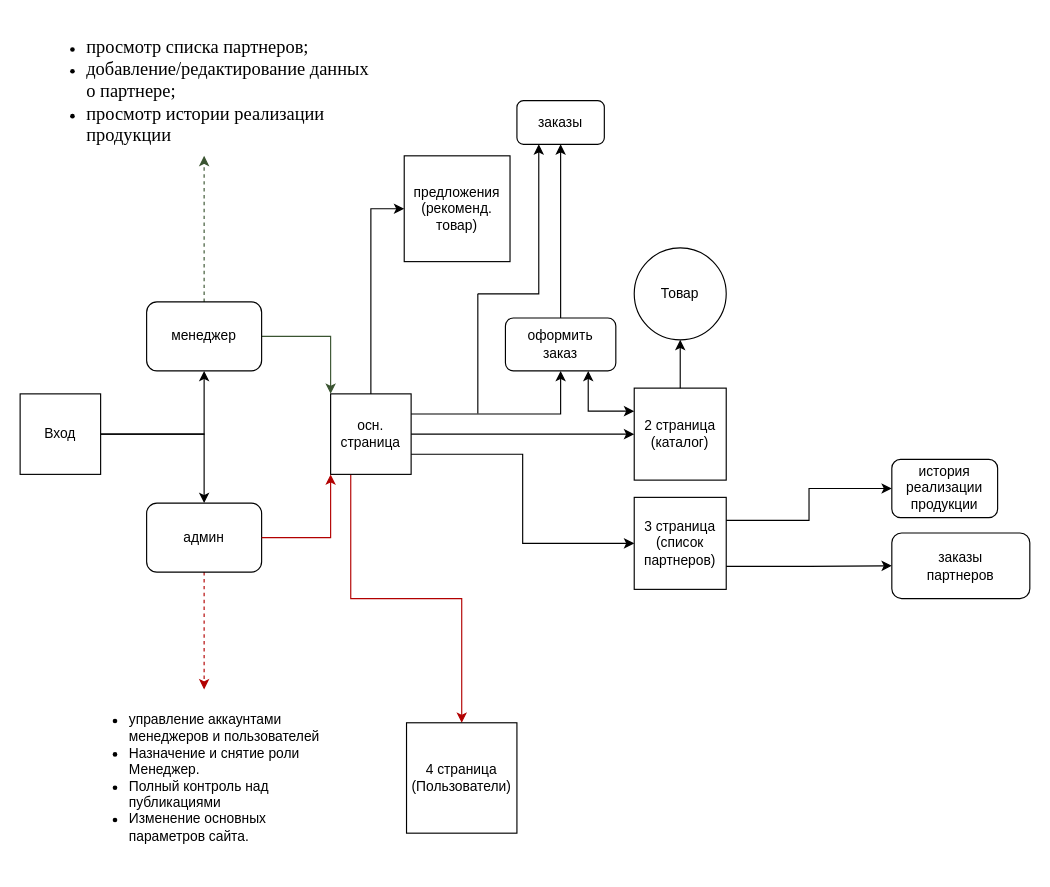
The draw.io diagram diagrams/screen-diagram.drawio in Kuzmin-Aleksey/sharaga, before the edit. Source tidied: cells renumbered, new cells numbered last; positions are measured from the earlier drawing's top-left corner, leaving out a move shared by most shapes. Both pictures are drawn from the tidied source at 115%, with x=0, y=0 at pixel (20, 20).
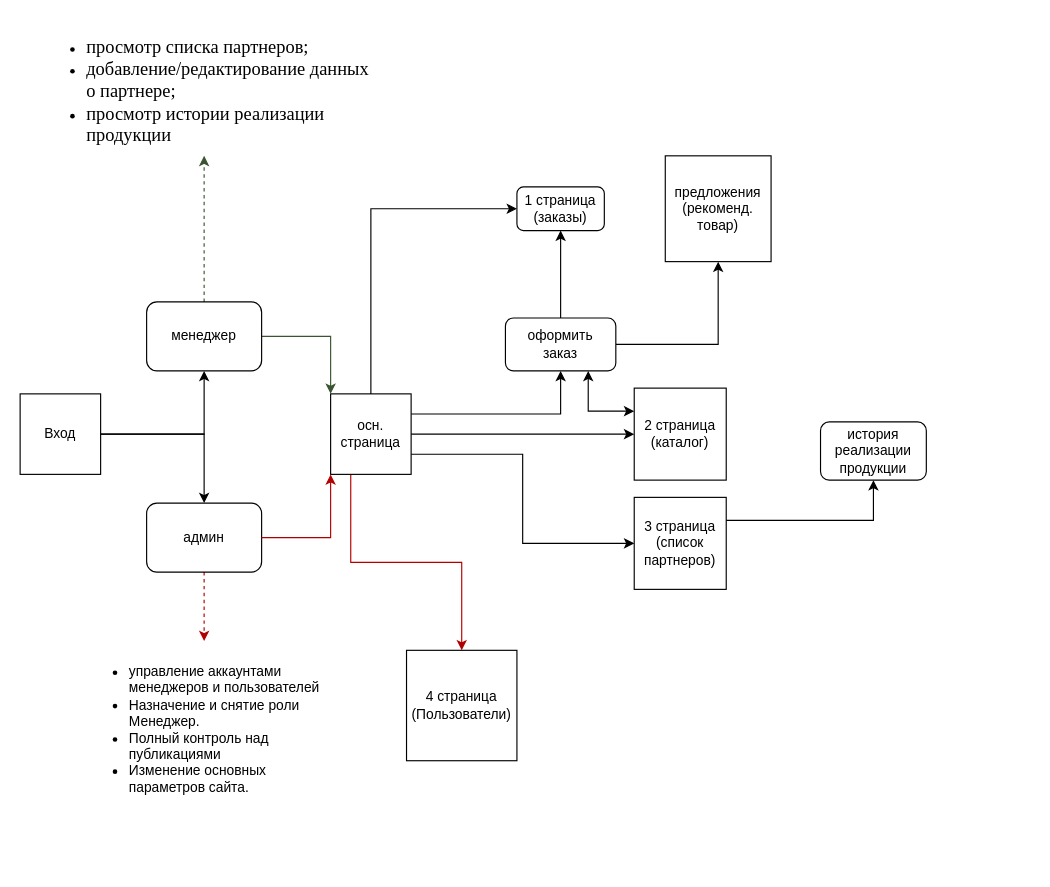
The same diagram, later.

The change refers to these unchanged cells:
```xml
<mxCell id="10" value="осн. страница" style="whiteSpace=wrap;html=1;fillColor=none;" parent="1" vertex="1">
  <mxGeometry x="270" y="325" width="70" height="70" as="geometry" />
</mxCell>
<mxCell id="21" value="2 страница&lt;br&gt;(каталог)" style="whiteSpace=wrap;html=1;fillColor=none;" parent="1" vertex="1">
  <mxGeometry x="534" y="320" width="80" height="80" as="geometry" />
</mxCell>
<mxCell id="24" value="оформить&lt;div&gt;заказ&lt;/div&gt;" style="rounded=1;whiteSpace=wrap;html=1;" parent="1" vertex="1">
  <mxGeometry x="422" y="259" width="96" height="46" as="geometry" />
</mxCell>
<mxCell id="31" value="3 страница&lt;br&gt;(список&lt;div&gt;партнеров)&lt;/div&gt;" style="whiteSpace=wrap;html=1;fillColor=none;" parent="1" vertex="1">
  <mxGeometry x="534" y="415" width="80" height="80" as="geometry" />
</mxCell>
```

Diff of the diagram source:
```diff
@@
-    <mxCell id="6" style="edgeStyle=orthogonalEdgeStyle;rounded=0;jettySize=auto;html=1;exitX=0.5;exitY=0;exitDx=0;exitDy=0;entryX=0;entryY=0.5;entryDx=0;entryDy=0;" parent="1" edge="1" source="10" target="19">
-      <mxGeometry relative="1" as="geometry" />
-    </mxCell>
@@
+    <mxCell id="35" style="edgeStyle=orthogonalEdgeStyle;rounded=0;jettySize=auto;html=1;exitX=1;exitY=0.5;exitDx=0;exitDy=0;" parent="1" edge="1" source="24" target="19">
+      <mxGeometry relative="1" as="geometry" />
+    </mxCell>
+    <mxCell id="36" style="edgeStyle=orthogonalEdgeStyle;rounded=0;jettySize=auto;html=1;exitX=0.5;exitY=0;exitDx=0;exitDy=0;entryX=0;entryY=0.5;entryDx=0;entryDy=0;" parent="1" edge="1" source="10" target="25">
+      <mxGeometry relative="1" as="geometry" />
+    </mxCell>
@@
     <mxCell id="18" value="&lt;ul&gt;&lt;li&gt;управление аккаунтами менеджеров и пользователей&lt;/li&gt;&lt;li&gt;Назначение и снятие роли Менеджер.&lt;/li&gt;&lt;li&gt;Полный контроль над публикациями&lt;/li&gt;&lt;li&gt;Изменение основных параметров сайта.&lt;/li&gt;&lt;/ul&gt;" style="text;strokeColor=none;fillColor=none;html=1;whiteSpace=wrap;verticalAlign=middle;overflow=hidden;" parent="1" vertex="1">
-      <mxGeometry x="53" y="582" width="214" height="154" as="geometry" />
+      <mxGeometry x="53" y="540" width="214" height="154" as="geometry" />
     </mxCell>
     <mxCell id="19" value="предложения&lt;div&gt;(рекоменд. товар)&lt;/div&gt;" style="whiteSpace=wrap;html=1;" parent="1" vertex="1">
-      <mxGeometry x="334" y="118" width="92" height="92" as="geometry" />
+      <mxGeometry x="561" y="118" width="92" height="92" as="geometry" />
     </mxCell>
-    <mxCell id="20" style="edgeStyle=orthogonalEdgeStyle;rounded=0;jettySize=auto;html=1;" parent="1" edge="1" source="21" target="22">
-      <mxGeometry relative="1" as="geometry" />
-    </mxCell>
@@
-    <mxCell id="22" value="Товар" style="ellipse;whiteSpace=wrap;html=1;" parent="1" vertex="1">
-      <mxGeometry x="534" y="198" width="80" height="80" as="geometry" />
-    </mxCell>
@@
-    <mxCell id="25" value="заказы" style="rounded=1;whiteSpace=wrap;html=1;" parent="1" vertex="1">
-      <mxGeometry x="432" y="70" width="76" height="38" as="geometry" />
+    <mxCell id="25" value="&lt;div&gt;1 страница&lt;/div&gt;(заказы)" style="rounded=1;whiteSpace=wrap;html=1;" parent="1" vertex="1">
+      <mxGeometry x="432" y="145" width="76" height="38" as="geometry" />
     </mxCell>
@@
-    <mxCell id="27" style="endArrow=none;html=1;rounded=0;" parent="1" edge="1">
-      <mxGeometry relative="1" as="geometry">
-        <mxPoint x="398" y="238" as="sourcePoint" />
-        <mxPoint x="398" y="342" as="targetPoint" />
-      </mxGeometry>
-    </mxCell>
-    <mxCell id="28" style="endArrow=classic;html=1;rounded=0;entryX=0.25;entryY=1;entryDx=0;entryDy=0;" parent="1" edge="1" target="25">
-      <mxGeometry relative="1" as="geometry">
-        <mxPoint x="398" y="238" as="sourcePoint" />
-        <Array as="points">
-          <mxPoint x="451" y="238" />
-        </Array>
-      </mxGeometry>
-    </mxCell>
-    <mxCell id="29" style="edgeStyle=orthogonalEdgeStyle;rounded=0;jettySize=auto;html=1;exitX=1;exitY=0.75;exitDx=0;exitDy=0;entryX=0;entryY=0.5;entryDx=0;entryDy=0;" parent="1" edge="1" source="31" target="32">
-      <mxGeometry relative="1" as="geometry" />
-    </mxCell>
@@
-    <mxCell id="32" value="заказы&lt;div&gt;партнеров&lt;/div&gt;" style="rounded=1;whiteSpace=wrap;html=1;" parent="1" vertex="1">
-      <mxGeometry x="758" y="446" width="120" height="57" as="geometry" />
-    </mxCell>
     <mxCell id="33" value="история&lt;div&gt;реализации&lt;/div&gt;&lt;div&gt;продукции&lt;/div&gt;" style="rounded=1;whiteSpace=wrap;html=1;" parent="1" vertex="1">
-      <mxGeometry x="758" y="382" width="92" height="50.6" as="geometry" />
+      <mxGeometry x="696" y="349.4" width="92" height="50.6" as="geometry" />
     </mxCell>
     <mxCell id="34" value="4 страница&lt;br&gt;(Пользователи)" style="whiteSpace=wrap;html=1;fillColor=none;" parent="1" vertex="1">
-      <mxGeometry x="336" y="611" width="96" height="96" as="geometry" />
+      <mxGeometry x="336" y="548" width="96" height="96" as="geometry" />
     </mxCell>
```
